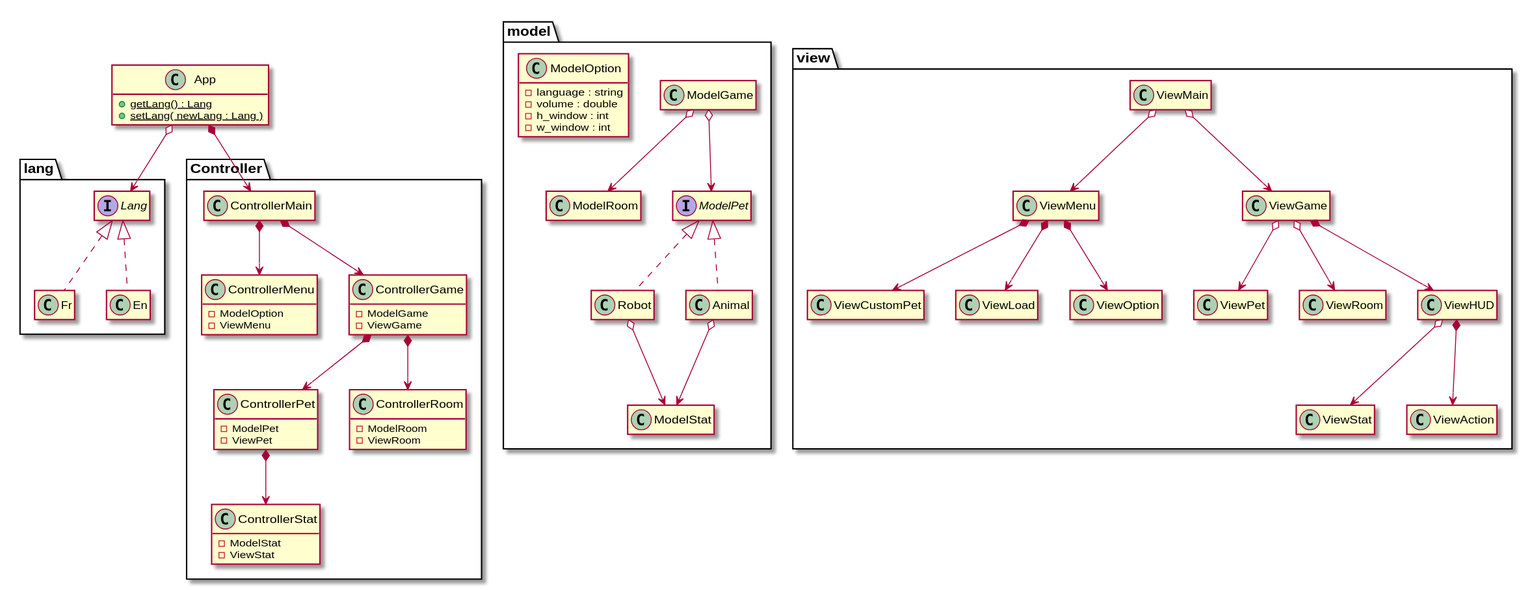
The PlantUML diagram diagrams/svg/diagram-class.svg in 83NJAM1/Tamagotchi, before a commit.
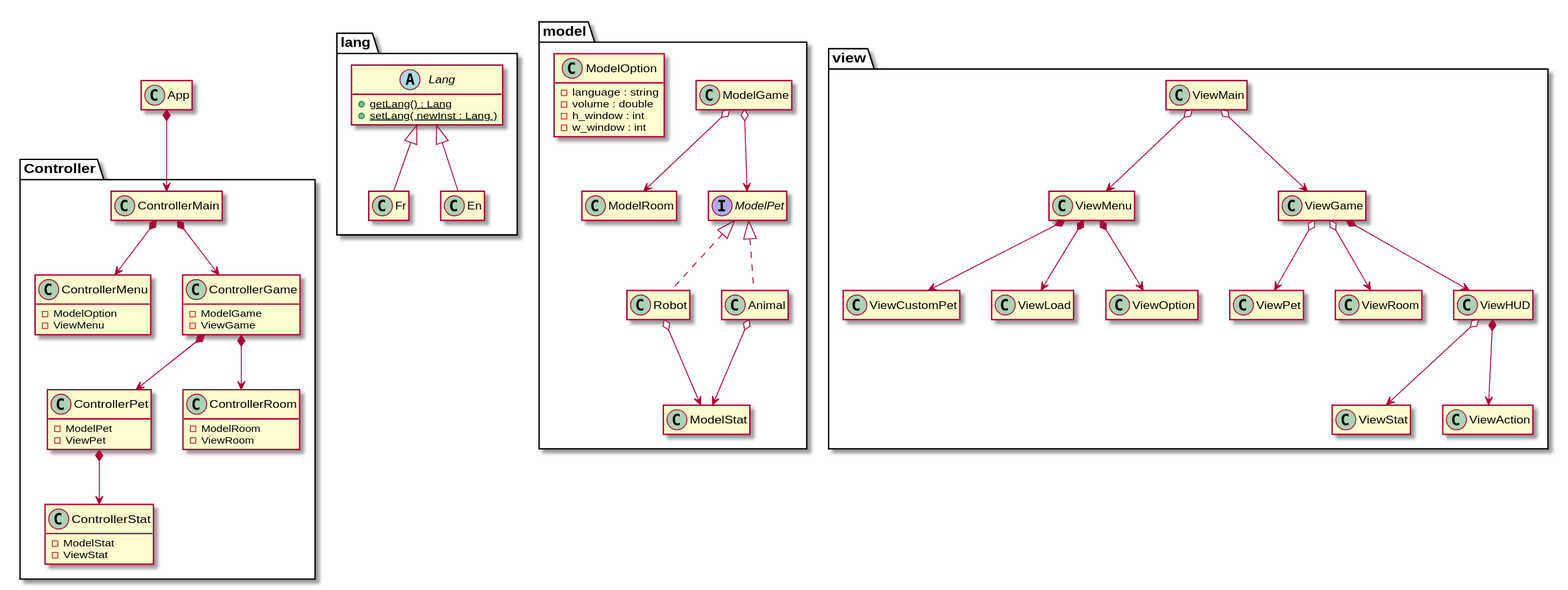
After the change.

Commit message:
modif: change lang.Lang d'interface vers classe abstraite

plus simple pour appeler l'instance et en faire une autre

Change to the diagram source:
```diff
@@ -3,16 +3,20 @@
 hide empty attributes
 hide empty methods
 
-class App {
-	+ {static} getLang() : Lang
-	+ {static} setLang( newLang : Lang )
-}
+class App
 
 
 package lang {
-	interface Lang
+	abstract class Lang {
+		+ {method} {static} getLang() : Lang
+		+ {method} {static} setLang( newInst : Lang )
+	}
+
 	class Fr
 	Class En
+
+	Lang <|-- Fr
+	Lang <|-- En
 }
 
 package model {
@@ -94,9 +98,6 @@
 
 }
 
-Lang <|.. Fr
-Lang <|.. En
-App o--> Lang
 App *--> ControllerMain
 
 @enduml
```
